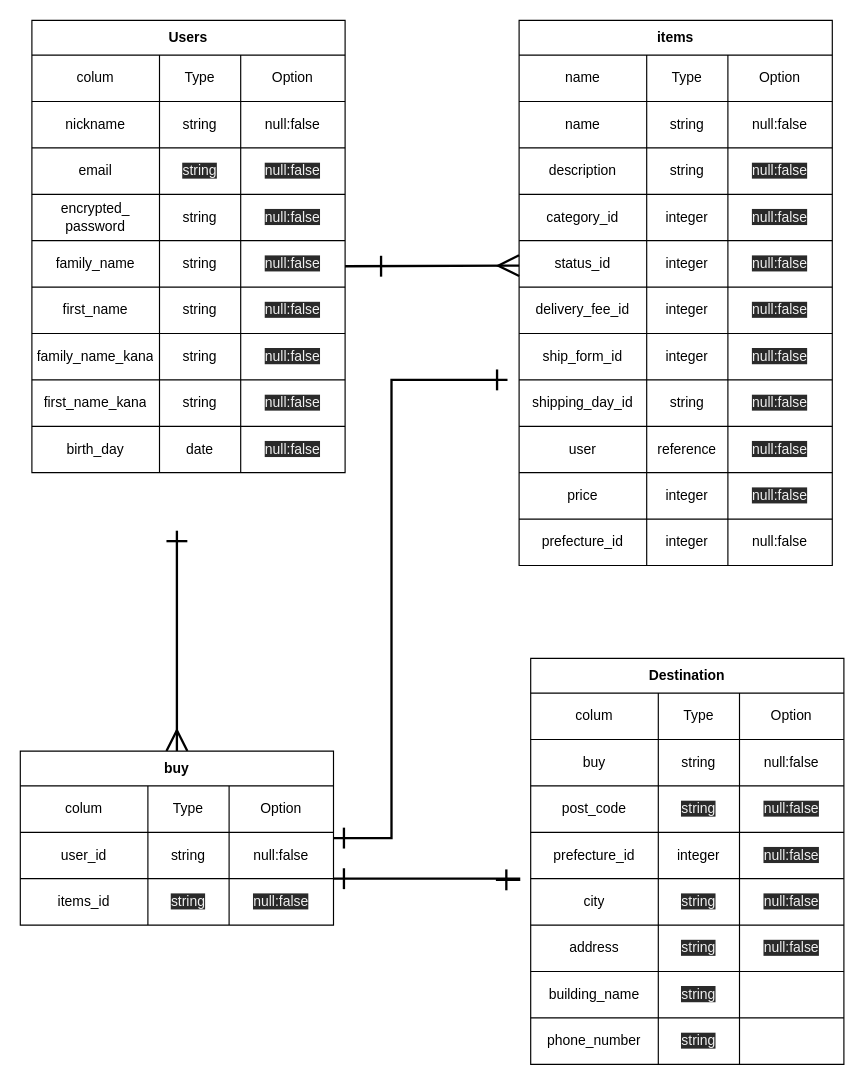
Before: app/views/furima.dio in ko614/furima-32485, a draw.io diagram. Source tidied: cells renumbered, new cells numbered last; positions are measured from the earlier drawing's top-left corner, leaving out a move shared by most shapes. Both pictures are drawn from the tidied source at 116%, with x=0, y=0 at pixel (20, 20).
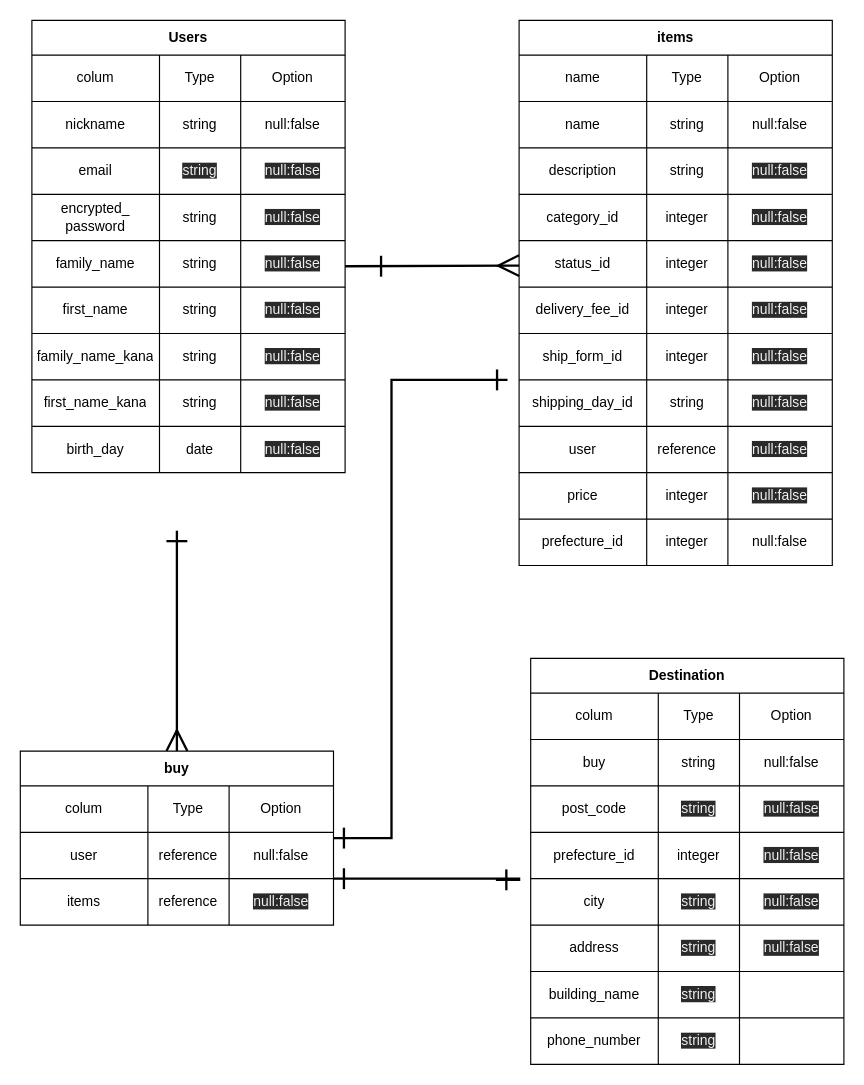
After the change.

Unchanged cells that the change refers to:
```xml
<mxCell id="92" style="shape=partialRectangle;html=1;whiteSpace=wrap;fillColor=none;top=0;left=0;bottom=0;right=0;points=[[0,0.5],[1,0.5]];portConstraint=eastwest;" parent="87" vertex="1">
  <mxGeometry y="70" width="270" height="40" as="geometry" />
</mxCell>
<mxCell id="96" style="shape=partialRectangle;html=1;whiteSpace=wrap;fillColor=none;top=0;left=0;bottom=0;right=0;" parent="87" vertex="1">
  <mxGeometry y="110" width="270" height="40" as="geometry" />
</mxCell>
```

What changed in the source:
```diff
@@
-    <mxCell id="93" value="&lt;div style=&quot;text-align: left&quot;&gt;&lt;span&gt;user_id&lt;/span&gt;&lt;/div&gt;" style="shape=partialRectangle;html=1;whiteSpace=wrap;fillColor=none;top=0;left=0;bottom=0;right=0;overflow=hidden;" parent="92" vertex="1">
+    <mxCell id="93" value="&lt;div style=&quot;text-align: left&quot;&gt;&lt;span&gt;user&lt;/span&gt;&lt;/div&gt;" style="shape=partialRectangle;html=1;whiteSpace=wrap;fillColor=none;top=0;left=0;bottom=0;right=0;overflow=hidden;" parent="92" vertex="1">
       <mxGeometry width="110" height="40" as="geometry" />
     </mxCell>
-    <mxCell id="94" value="string" style="shape=partialRectangle;html=1;whiteSpace=wrap;fillColor=none;top=0;left=0;bottom=0;right=0;overflow=hidden;" parent="92" vertex="1">
+    <mxCell id="94" value="reference" style="shape=partialRectangle;html=1;whiteSpace=wrap;fillColor=none;top=0;left=0;bottom=0;right=0;overflow=hidden;" parent="92" vertex="1">
       <mxGeometry x="110" width="70" height="40" as="geometry" />
     </mxCell>
@@
-    <mxCell id="97" value="&lt;div style=&quot;text-align: left&quot;&gt;items_id&lt;/div&gt;" style="shape=partialRectangle;html=1;whiteSpace=wrap;fillColor=none;top=0;left=0;bottom=0;right=0;overflow=hidden;" parent="96" vertex="1">
+    <mxCell id="97" value="&lt;div style=&quot;text-align: left&quot;&gt;items&lt;/div&gt;" style="shape=partialRectangle;html=1;whiteSpace=wrap;fillColor=none;top=0;left=0;bottom=0;right=0;overflow=hidden;" parent="96" vertex="1">
       <mxGeometry width="110" height="40" as="geometry" />
     </mxCell>
-    <mxCell id="98" value="&lt;span style=&quot;color: rgb(240, 240, 240); font-family: helvetica; font-size: 12px; font-style: normal; font-weight: 400; letter-spacing: normal; text-align: center; text-indent: 0px; text-transform: none; word-spacing: 0px; background-color: rgb(42, 42, 42); display: inline; float: none;&quot;&gt;string&lt;/span&gt;" style="shape=partialRectangle;html=1;whiteSpace=wrap;fillColor=none;top=0;left=0;bottom=0;right=0;overflow=hidden;" parent="96" vertex="1">
+    <mxCell id="98" value="&lt;font face=&quot;helvetica&quot;&gt;reference&lt;br&gt;&lt;/font&gt;" style="shape=partialRectangle;html=1;whiteSpace=wrap;fillColor=none;top=0;left=0;bottom=0;right=0;overflow=hidden;" parent="96" vertex="1">
       <mxGeometry x="110" width="70" height="40" as="geometry" />
     </mxCell>
```
